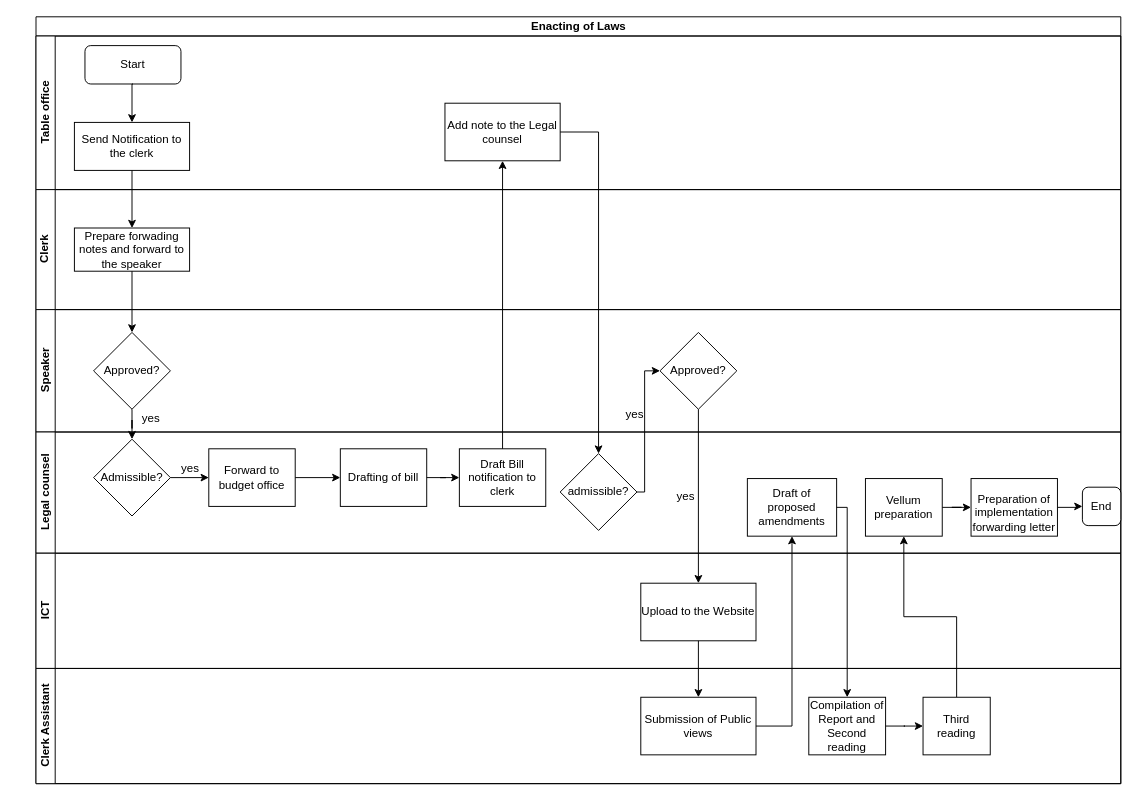
Earlier version of the draw.io diagram Enacting of Laws.drawio (kmagua/flowcharts). Source tidied: cells renumbered, new cells numbered last; positions are measured from the earlier drawing's top-left corner, leaving out a move shared by most shapes. Both pictures are drawn from the tidied source at 96%, with x=0, y=0 at pixel (36, 16).
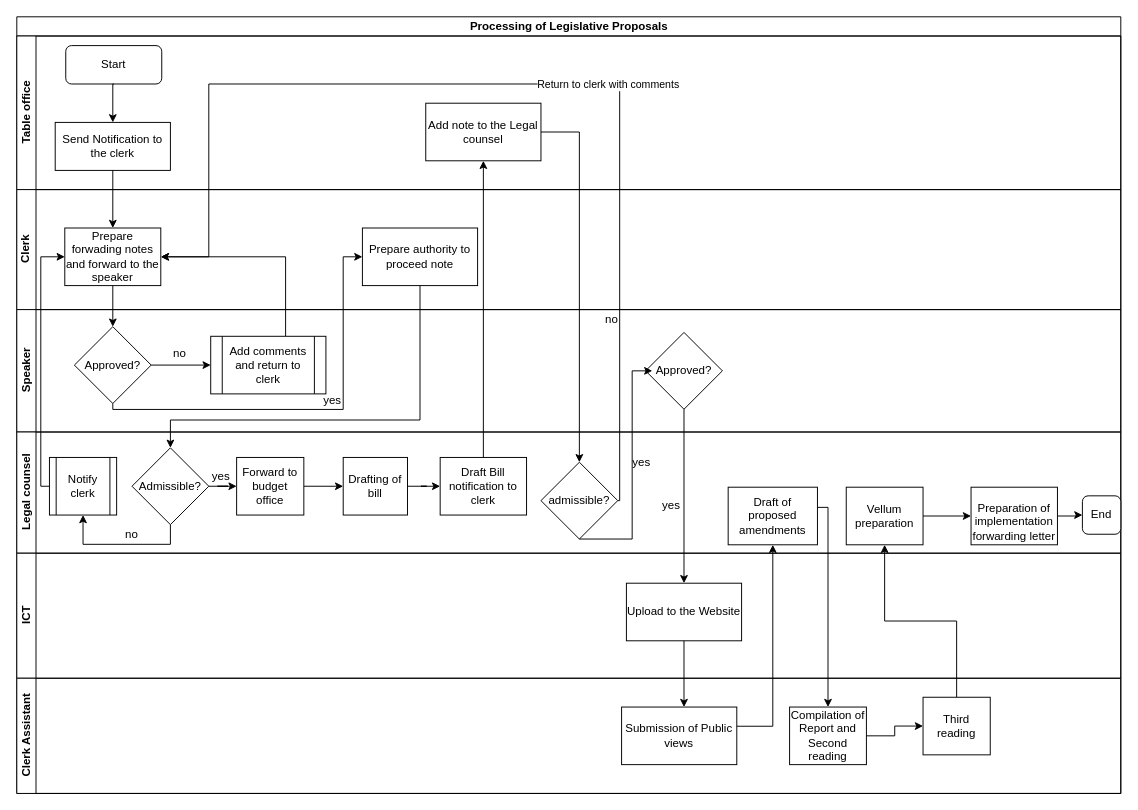
The same page after the edit.

The change refers to these unchanged cells:
```xml
<mxCell id="31" value="Submission of Public views" style="whiteSpace=wrap;html=1;rounded=0;" parent="30" vertex="1">
  <mxGeometry x="630" y="30" width="120" height="60" as="geometry" />
</mxCell>
```

The edit, as a diff of the source:
```diff
@@
-    <mxCell id="2" value="Enacting of Laws" style="swimlane;html=1;horizontal=1;startSize=20;" parent="1" vertex="1">
-      <mxGeometry width="1130" height="798.8" as="geometry" />
+    <mxCell id="2" value="Processing of Legislative Proposals" style="swimlane;html=1;horizontal=1;startSize=20;" parent="1" vertex="1">
+      <mxGeometry x="-20" width="1150" height="809" as="geometry" />
     </mxCell>
     <mxCell id="3" value="Table office" style="swimlane;html=1;startSize=20;horizontal=0;" parent="2" vertex="1">
-      <mxGeometry y="20" width="1130" height="160" as="geometry" />
+      <mxGeometry y="20" width="1150" height="160" as="geometry" />
     </mxCell>
@@
     <mxCell id="8" value="Clerk" style="swimlane;html=1;startSize=20;horizontal=0;" parent="2" vertex="1">
-      <mxGeometry y="180" width="1130" height="125" as="geometry" />
+      <mxGeometry y="180" width="1150" height="125" as="geometry" />
     </mxCell>
     <mxCell id="9" value="Prepare forwading notes and forward to the speaker" style="whiteSpace=wrap;html=1;rounded=0;" parent="8" vertex="1">
-      <mxGeometry x="40" y="40" width="120" height="45" as="geometry" />
+      <mxGeometry x="50" y="40" width="100" height="60" as="geometry" />
     </mxCell>
+    <mxCell id="50" value="Prepare authority to proceed note" style="rounded=0;whiteSpace=wrap;html=1;" parent="8" vertex="1">
+      <mxGeometry x="360" y="40" width="120" height="60" as="geometry" />
+    </mxCell>
     <mxCell id="10" value="Speaker" style="swimlane;html=1;startSize=20;horizontal=0;" parent="2" vertex="1">
-      <mxGeometry y="305" width="1130" height="127.5" as="geometry" />
+      <mxGeometry y="305" width="1150" height="127.5" as="geometry" />
     </mxCell>
+    <mxCell id="51" value="no" style="text;html=1;strokeColor=none;fillColor=none;align=center;verticalAlign=middle;whiteSpace=wrap;rounded=0;" parent="10" vertex="1">
+      <mxGeometry x="600" width="40" height="20" as="geometry" />
+    </mxCell>
+    <mxCell id="52" value="no" style="text;html=1;strokeColor=none;fillColor=none;align=center;verticalAlign=middle;whiteSpace=wrap;rounded=0;" parent="10" vertex="1">
+      <mxGeometry x="150" y="36" width="40" height="20" as="geometry" />
+    </mxCell>
     <mxCell id="11" value="Approved?" style="rhombus;whiteSpace=wrap;html=1;rounded=0;" parent="10" vertex="1">
-      <mxGeometry x="650" y="23.8" width="80" height="80" as="geometry" />
+      <mxGeometry x="655" y="23.8" width="80" height="80" as="geometry" />
     </mxCell>
     <mxCell id="12" value="Approved?" style="rhombus;whiteSpace=wrap;html=1;rounded=0;" parent="10" vertex="1">
-      <mxGeometry x="60" y="23.8" width="80" height="80" as="geometry" />
+      <mxGeometry x="60" y="17.8" width="80" height="80" as="geometry" />
     </mxCell>
+    <mxCell id="14" value="yes" style="text;html=1;strokeColor=none;fillColor=none;align=center;verticalAlign=middle;whiteSpace=wrap;rounded=0;" parent="10" vertex="1">
+      <mxGeometry x="309" y="85" width="40" height="20" as="geometry" />
+    </mxCell>
     <mxCell id="13" value="yes" style="text;html=1;strokeColor=none;fillColor=none;align=center;verticalAlign=middle;whiteSpace=wrap;rounded=0;" parent="10" vertex="1">
-      <mxGeometry x="604" y="99" width="40" height="20" as="geometry" />
+      <mxGeometry x="631" y="149" width="40" height="20" as="geometry" />
     </mxCell>
-    <mxCell id="14" value="yes" style="text;html=1;strokeColor=none;fillColor=none;align=center;verticalAlign=middle;whiteSpace=wrap;rounded=0;" parent="10" vertex="1">
-      <mxGeometry x="100" y="103.8" width="40" height="20" as="geometry" />
-    </mxCell>
     <mxCell id="15" value="Legal counsel" style="swimlane;html=1;startSize=20;horizontal=0;" parent="2" vertex="1">
-      <mxGeometry y="432.5" width="1130" height="126.2" as="geometry" />
+      <mxGeometry y="432.5" width="1150" height="126.2" as="geometry" />
     </mxCell>
+    <mxCell id="19" value="Admissible?" style="rhombus;whiteSpace=wrap;html=1;rounded=0;" parent="15" vertex="1">
+      <mxGeometry x="120" y="16.5" width="80" height="80" as="geometry" />
+    </mxCell>
+    <mxCell id="53" value="Notify clerk" style="shape=process;whiteSpace=wrap;html=1;backgroundOutline=1;rounded=0;" parent="15" vertex="1">
+      <mxGeometry x="34" y="26.5" width="70" height="60" as="geometry" />
+    </mxCell>
     <mxCell id="16" value="Draft Bill notification to clerk" style="whiteSpace=wrap;html=1;rounded=0;" parent="15" vertex="1">
-      <mxGeometry x="441" y="17.5" width="90" height="60" as="geometry" />
+      <mxGeometry x="441" y="26.5" width="90" height="60" as="geometry" />
     </mxCell>
     <mxCell id="17" value="Drafting of bill" style="whiteSpace=wrap;html=1;rounded=0;" parent="15" vertex="1">
-      <mxGeometry x="317" y="17.5" width="90" height="60" as="geometry" />
+      <mxGeometry x="340" y="26.5" width="67" height="60" as="geometry" />
     </mxCell>
     <mxCell id="18" value="Forward to budget office" style="whiteSpace=wrap;html=1;rounded=0;" parent="15" vertex="1">
-      <mxGeometry x="180" y="17.5" width="90" height="60" as="geometry" />
+      <mxGeometry x="229" y="26.5" width="70" height="60" as="geometry" />
     </mxCell>
-    <mxCell id="19" value="Admissible?" style="rhombus;whiteSpace=wrap;html=1;rounded=0;" parent="15" vertex="1">
-      <mxGeometry x="60" y="7.5" width="80" height="80" as="geometry" />
-    </mxCell>
@@
     <mxCell id="21" value="yes" style="text;html=1;strokeColor=none;fillColor=none;align=center;verticalAlign=middle;whiteSpace=wrap;rounded=0;" parent="15" vertex="1">
-      <mxGeometry x="141" y="28.5" width="40" height="20" as="geometry" />
+      <mxGeometry x="193" y="36.5" width="40" height="20" as="geometry" />
     </mxCell>
@@
     <mxCell id="23" value="admissible?" style="rhombus;whiteSpace=wrap;html=1;rounded=0;" parent="15" vertex="1">
-      <mxGeometry x="546" y="22.5" width="80" height="80" as="geometry" />
+      <mxGeometry x="546" y="31.5" width="80" height="80" as="geometry" />
     </mxCell>
     <mxCell id="24" value="yes" style="text;html=1;strokeColor=none;fillColor=none;align=center;verticalAlign=middle;whiteSpace=wrap;rounded=0;" parent="15" vertex="1">
-      <mxGeometry x="657" y="57.5" width="40" height="20" as="geometry" />
+      <mxGeometry x="662" y="66.5" width="40" height="20" as="geometry" />
     </mxCell>
     <mxCell id="25" value="Vellum preparation" style="whiteSpace=wrap;html=1;rounded=0;" parent="15" vertex="1">
-      <mxGeometry x="864" y="48.5" width="80" height="60" as="geometry" />
+      <mxGeometry x="864" y="57.5" width="80" height="60" as="geometry" />
     </mxCell>
     <mxCell id="26" value="Draft of proposed amendments" style="whiteSpace=wrap;html=1;rounded=0;" parent="15" vertex="1">
-      <mxGeometry x="741" y="48.5" width="93" height="60" as="geometry" />
+      <mxGeometry x="741" y="57.5" width="93" height="60" as="geometry" />
     </mxCell>
@@
+    <mxCell id="54" style="edgeStyle=orthogonalEdgeStyle;rounded=0;jettySize=auto;html=1;entryX=0.5;entryY=1;entryDx=0;entryDy=0;" parent="15" edge="1" source="19" target="53">
+      <mxGeometry relative="1" as="geometry">
+        <Array as="points">
+          <mxPoint x="160" y="117" />
+          <mxPoint x="69" y="117" />
+        </Array>
+      </mxGeometry>
+    </mxCell>
+    <mxCell id="55" value="no" style="text;html=1;strokeColor=none;fillColor=none;align=center;verticalAlign=middle;whiteSpace=wrap;rounded=0;" parent="15" vertex="1">
+      <mxGeometry x="100" y="96.5" width="40" height="20" as="geometry" />
+    </mxCell>
     <mxCell id="28" value="ICT" style="swimlane;html=1;startSize=20;horizontal=0;" parent="2" vertex="1">
-      <mxGeometry y="558.8" width="1130" height="120" as="geometry" />
+      <mxGeometry y="558.8" width="1150" height="130.2" as="geometry" />
     </mxCell>
     <mxCell id="29" value="Upload to the Website" style="whiteSpace=wrap;html=1;rounded=0;" parent="28" vertex="1">
-      <mxGeometry x="630" y="31.2" width="120" height="60" as="geometry" />
+      <mxGeometry x="635" y="31.2" width="120" height="60" as="geometry" />
     </mxCell>
     <mxCell id="30" value="Clerk Assistant" style="swimlane;html=1;startSize=20;horizontal=0;" parent="2" vertex="1">
-      <mxGeometry y="678.8" width="1130" height="120" as="geometry" />
+      <mxGeometry y="689" width="1150" height="120" as="geometry" />
     </mxCell>
@@
-    <mxCell id="35" style="edgeStyle=orthogonalEdgeStyle;rounded=0;jettySize=auto;html=1;" parent="2" edge="1" source="12" target="19">
-      <mxGeometry relative="1" as="geometry" />
-    </mxCell>
@@
-    <mxCell id="38" style="edgeStyle=orthogonalEdgeStyle;rounded=0;jettySize=auto;html=1;entryX=0;entryY=0.5;entryDx=0;entryDy=0;" parent="2" edge="1" source="23" target="11">
+    <mxCell id="38" style="edgeStyle=orthogonalEdgeStyle;rounded=0;jettySize=auto;html=1;entryX=0;entryY=0.5;entryDx=0;entryDy=0;exitX=0.5;exitY=1;exitDx=0;exitDy=0;" parent="2" edge="1" source="23">
       <mxGeometry relative="1" as="geometry">
+        <mxPoint x="662" y="368.8" as="targetPoint" />
         <Array as="points">
-          <mxPoint x="634" y="495" />
-          <mxPoint x="634" y="369" />
+          <mxPoint x="641" y="544" />
+          <mxPoint x="641" y="369" />
         </Array>
       </mxGeometry>
     </mxCell>
@@
-    <mxCell id="40" style="edgeStyle=orthogonalEdgeStyle;rounded=0;jettySize=auto;html=1;" parent="2" edge="1" source="29" target="31">
-      <mxGeometry relative="1" as="geometry" />
+    <mxCell id="40" style="edgeStyle=orthogonalEdgeStyle;rounded=0;jettySize=auto;html=1;" parent="2" edge="1" source="29">
+      <mxGeometry relative="1" as="geometry">
+        <mxPoint x="695" y="719" as="targetPoint" />
+      </mxGeometry>
     </mxCell>
@@
+    <mxCell id="35" style="edgeStyle=orthogonalEdgeStyle;rounded=0;jettySize=auto;html=1;entryX=0;entryY=0.5;entryDx=0;entryDy=0;" parent="2" edge="1" source="12" target="50">
+      <mxGeometry relative="1" as="geometry">
+        <Array as="points">
+          <mxPoint x="340" y="409" />
+          <mxPoint x="340" y="250" />
+        </Array>
+      </mxGeometry>
+    </mxCell>
+    <mxCell id="56" style="edgeStyle=orthogonalEdgeStyle;rounded=0;jettySize=auto;html=1;entryX=0.5;entryY=0;entryDx=0;entryDy=0;" parent="2" edge="1" source="50" target="19">
+      <mxGeometry relative="1" as="geometry">
+        <Array as="points">
+          <mxPoint x="420" y="420" />
+          <mxPoint x="160" y="420" />
+        </Array>
+      </mxGeometry>
+    </mxCell>
+    <mxCell id="57" style="edgeStyle=orthogonalEdgeStyle;rounded=0;jettySize=auto;html=1;entryX=0;entryY=0.5;entryDx=0;entryDy=0;exitX=0;exitY=0.5;exitDx=0;exitDy=0;" parent="2" edge="1" source="53" target="9">
+      <mxGeometry relative="1" as="geometry">
+        <Array as="points">
+          <mxPoint x="25" y="489" />
+          <mxPoint x="25" y="250" />
+        </Array>
+      </mxGeometry>
+    </mxCell>
+    <mxCell id="58" style="edgeStyle=orthogonalEdgeStyle;rounded=0;jettySize=auto;html=1;exitX=1;exitY=0.5;exitDx=0;exitDy=0;entryX=1;entryY=0.5;entryDx=0;entryDy=0;" parent="2" edge="1" source="23" target="9">
+      <mxGeometry relative="1" as="geometry">
+        <Array as="points">
+          <mxPoint x="628" y="504" />
+          <mxPoint x="628" y="70" />
+          <mxPoint x="200" y="70" />
+          <mxPoint x="200" y="250" />
+        </Array>
+      </mxGeometry>
+    </mxCell>
+    <mxCell id="59" value="Return to clerk with comments" style="edgeLabel;html=1;align=center;verticalAlign=middle;" parent="58" vertex="1">
+      <mxGeometry x="-0.18" relative="1" as="geometry" />
+    </mxCell>
@@
     <mxCell id="46" value="&lt;br/&gt;&lt;p style=&quot;margin-bottom: 0in&quot;&gt;Preparation of implementation&lt;br/&gt;forwarding letter&lt;/p&gt;&lt;br/&gt;" style="whiteSpace=wrap;html=1;rounded=0;" parent="1" vertex="1">
-      <mxGeometry x="974" y="481" width="90" height="60" as="geometry" />
+      <mxGeometry x="974" y="490" width="90" height="60" as="geometry" />
     </mxCell>
@@
     <mxCell id="48" value="End" style="rounded=1;whiteSpace=wrap;html=1;" parent="1" vertex="1">
-      <mxGeometry x="1090" y="490" width="40" height="40" as="geometry" />
+      <mxGeometry x="1090" y="499" width="40" height="40" as="geometry" />
     </mxCell>
@@
+    <mxCell id="60" style="edgeStyle=orthogonalEdgeStyle;rounded=0;jettySize=auto;html=1;entryX=1;entryY=0.5;entryDx=0;entryDy=0;" parent="1" edge="1" source="61" target="9">
+      <mxGeometry relative="1" as="geometry">
+        <Array as="points">
+          <mxPoint x="260" y="250" />
+        </Array>
+      </mxGeometry>
+    </mxCell>
+    <mxCell id="61" value="Add comments and return to clerk" style="shape=process;whiteSpace=wrap;html=1;backgroundOutline=1;rounded=0;" parent="1" vertex="1">
+      <mxGeometry x="182" y="332.8" width="120" height="60" as="geometry" />
+    </mxCell>
+    <mxCell id="62" style="edgeStyle=orthogonalEdgeStyle;rounded=0;jettySize=auto;html=1;" parent="1" edge="1" source="12" target="61">
+      <mxGeometry relative="1" as="geometry" />
+    </mxCell>
```
